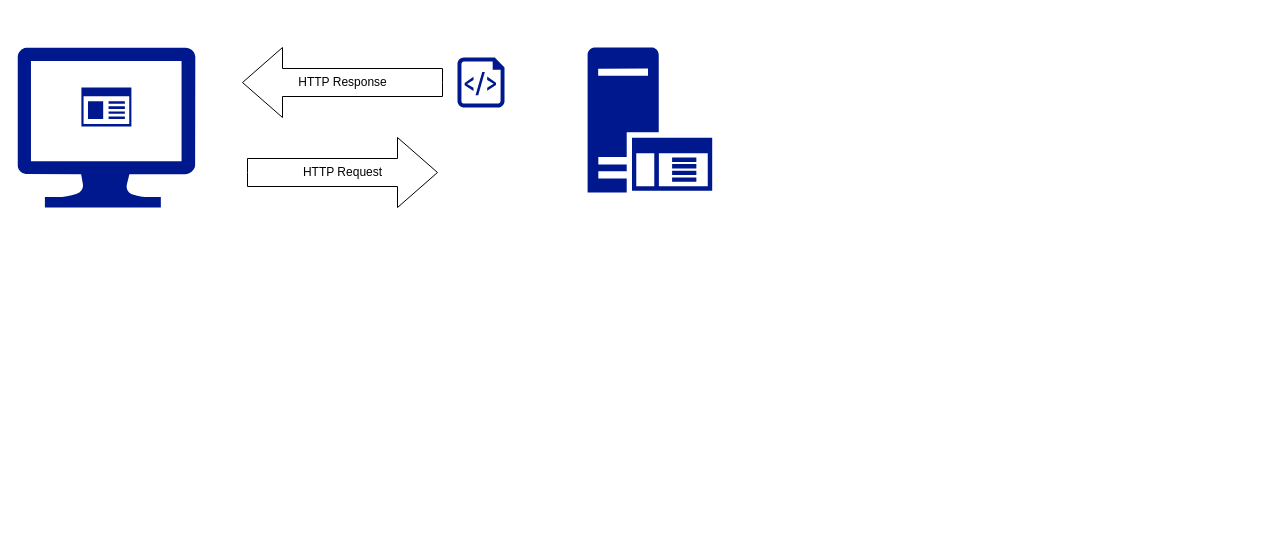
chrisminnick/react-js-foundations keeps this draw.io diagram as diagrams/figure12-1.drawio. Above is the earlier version. Source tidied: cells renumbered, new cells numbered last; positions are measured from the earlier drawing's top-left corner, leaving out a move shared by most shapes. Both pictures are drawn from the tidied source at 100%, with x=0, y=0 at pixel (17, 47).
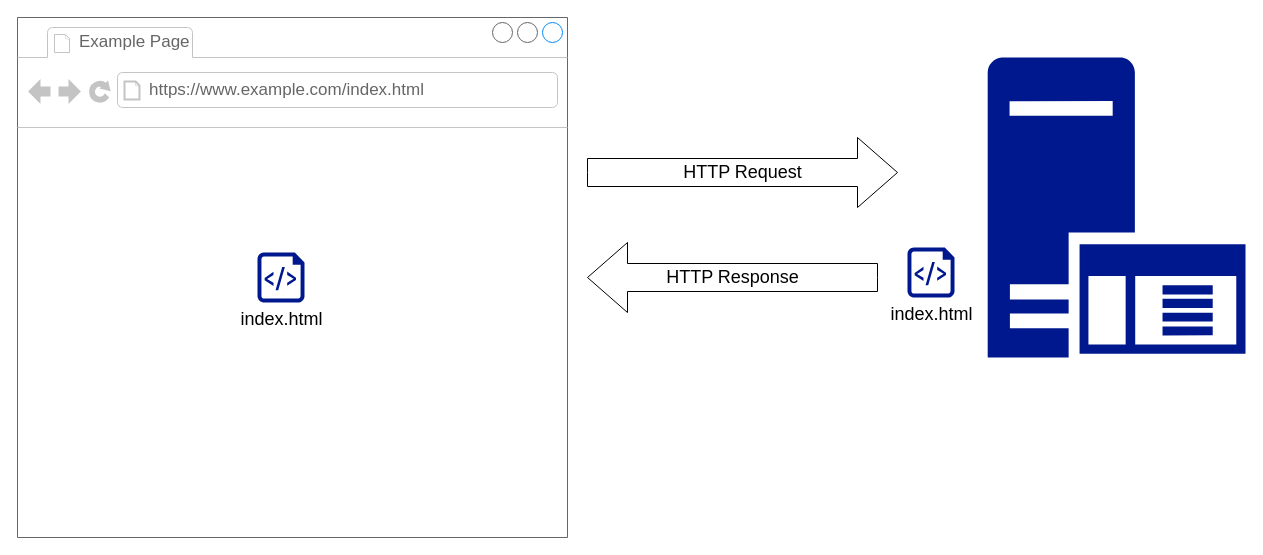
The same page after the edit.

What changed in the source:
```diff
@@
 <mxGraphModel>
   <root>
     <mxCell id="0" />
     <mxCell id="1" parent="0" />
-    <mxCell id="2" style="shadow=0;dashed=0;html=1;strokeColor=none;labelPosition=center;verticalLabelPosition=bottom;verticalAlign=top;align=center;fillColor=#00188D;shape=mxgraph.azure.script_file;" parent="1" vertex="1">
-      <mxGeometry x="440" y="10" width="47" height="50" as="geometry" />
+    <mxCell id="2" value="&lt;font style=&quot;font-size: 18px&quot;&gt;index.html&lt;/font&gt;" style="shadow=0;dashed=0;html=1;strokeColor=none;labelPosition=center;verticalLabelPosition=bottom;verticalAlign=top;align=center;fillColor=#00188D;shape=mxgraph.azure.script_file;" parent="1" vertex="1">
+      <mxGeometry x="890" y="200" width="47" height="50" as="geometry" />
     </mxCell>
-    <mxCell id="3" style="shadow=0;dashed=0;html=1;strokeColor=none;labelPosition=center;verticalLabelPosition=bottom;verticalAlign=top;align=center;fillColor=#00188D;shape=mxgraph.mscae.enterprise.app_generic;" parent="1" vertex="1">
-      <mxGeometry x="63.9" y="40" width="50" height="39" as="geometry" />
-    </mxCell>
     <mxCell id="4" style="shadow=0;dashed=0;html=1;strokeColor=none;labelPosition=center;verticalLabelPosition=bottom;verticalAlign=top;align=center;fillColor=#00188D;shape=mxgraph.mscae.enterprise.application_server;" parent="1" vertex="1">
-      <mxGeometry x="570" width="124.7" height="145" as="geometry" />
+      <mxGeometry x="970" y="10" width="258" height="300" as="geometry" />
     </mxCell>
-    <mxCell id="5" style="shadow=0;dashed=0;html=1;strokeColor=none;labelPosition=center;verticalLabelPosition=bottom;verticalAlign=top;align=center;fillColor=#00188D;shape=mxgraph.azure.computer;" parent="1" vertex="1">
-      <mxGeometry width="177.8" height="160" as="geometry" />
-    </mxCell>
-    <mxCell id="6" value="HTTP Request" style="html=1;shadow=0;dashed=0;align=center;verticalAlign=middle;shape=mxgraph.arrows2.arrow;dy=0.6;dx=40;notch=0;" parent="1" vertex="1">
-      <mxGeometry x="230" y="90" width="190" height="70" as="geometry" />
+    <mxCell id="6" value="&lt;font style=&quot;font-size: 18px&quot;&gt;HTTP Request&lt;/font&gt;" style="html=1;shadow=0;dashed=0;align=center;verticalAlign=middle;shape=mxgraph.arrows2.arrow;dy=0.6;dx=40;notch=0;" parent="1" vertex="1">
+      <mxGeometry x="570" y="90" width="310" height="70" as="geometry" />
     </mxCell>
-    <mxCell id="7" value="HTTP Response" style="html=1;shadow=0;dashed=0;align=center;verticalAlign=middle;shape=mxgraph.arrows2.arrow;dy=0.6;dx=40;flipH=1;notch=0;" parent="1" vertex="1">
-      <mxGeometry x="225" width="200" height="70" as="geometry" />
+    <mxCell id="7" value="&lt;font style=&quot;font-size: 18px&quot;&gt;HTTP Response&lt;/font&gt;" style="html=1;shadow=0;dashed=0;align=center;verticalAlign=middle;shape=mxgraph.arrows2.arrow;dy=0.6;dx=40;flipH=1;notch=0;" parent="1" vertex="1">
+      <mxGeometry x="570" y="195" width="290" height="70" as="geometry" />
     </mxCell>
+    <mxCell id="8" style="strokeWidth=1;shadow=0;dashed=0;align=center;html=1;shape=mxgraph.mockup.containers.browserWindow;rSize=0;strokeColor=#666666;strokeColor2=#008cff;strokeColor3=#c4c4c4;mainText=,;" parent="1" vertex="1">
+      <mxGeometry y="-30" width="550" height="520" as="geometry" />
+    </mxCell>
+    <mxCell id="9" value="Example Page" style="strokeWidth=1;shadow=0;dashed=0;align=center;html=1;shape=mxgraph.mockup.containers.anchor;fontSize=17;fontColor=#666666;align=left;" parent="8" vertex="1">
+      <mxGeometry x="60" y="12" width="110" height="26" as="geometry" />
+    </mxCell>
+    <mxCell id="10" value="https://www.example.com/index.html" style="strokeWidth=1;shadow=0;dashed=0;align=center;html=1;shape=mxgraph.mockup.containers.anchor;rSize=0;fontSize=17;fontColor=#666666;align=left;" parent="8" vertex="1">
+      <mxGeometry x="130" y="60" width="250" height="26" as="geometry" />
+    </mxCell>
+    <mxCell id="11" value="&lt;font style=&quot;font-size: 18px&quot;&gt;index.html&lt;/font&gt;" style="shadow=0;dashed=0;html=1;strokeColor=none;labelPosition=center;verticalLabelPosition=bottom;verticalAlign=top;align=center;fillColor=#00188D;shape=mxgraph.azure.script_file;" parent="8" vertex="1">
+      <mxGeometry x="240" y="235" width="47" height="50" as="geometry" />
+    </mxCell>
   </root>
 </mxGraphModel>
```
